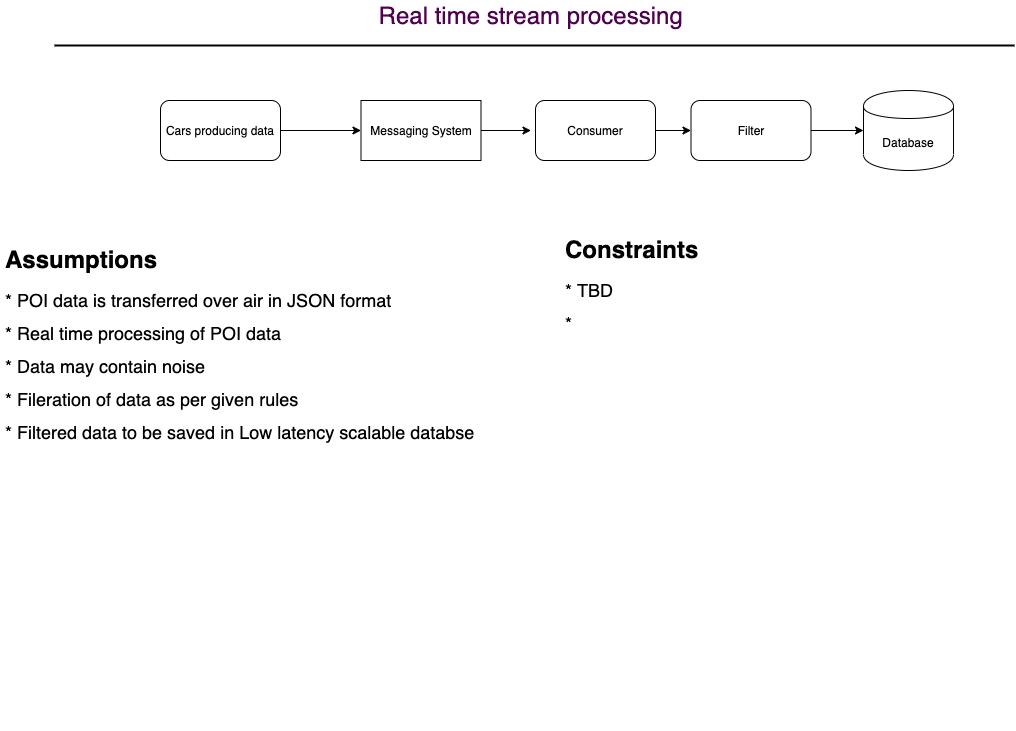
This is docs/real-time-data-processing.png from ashishdesaigit/realtime-poi-data-processing, a draw.io export, as it was before one commit. Source tidied: cells renumbered, new cells last; positions are measured from the earlier drawing's top-left corner, leaving out a move shared by most shapes.
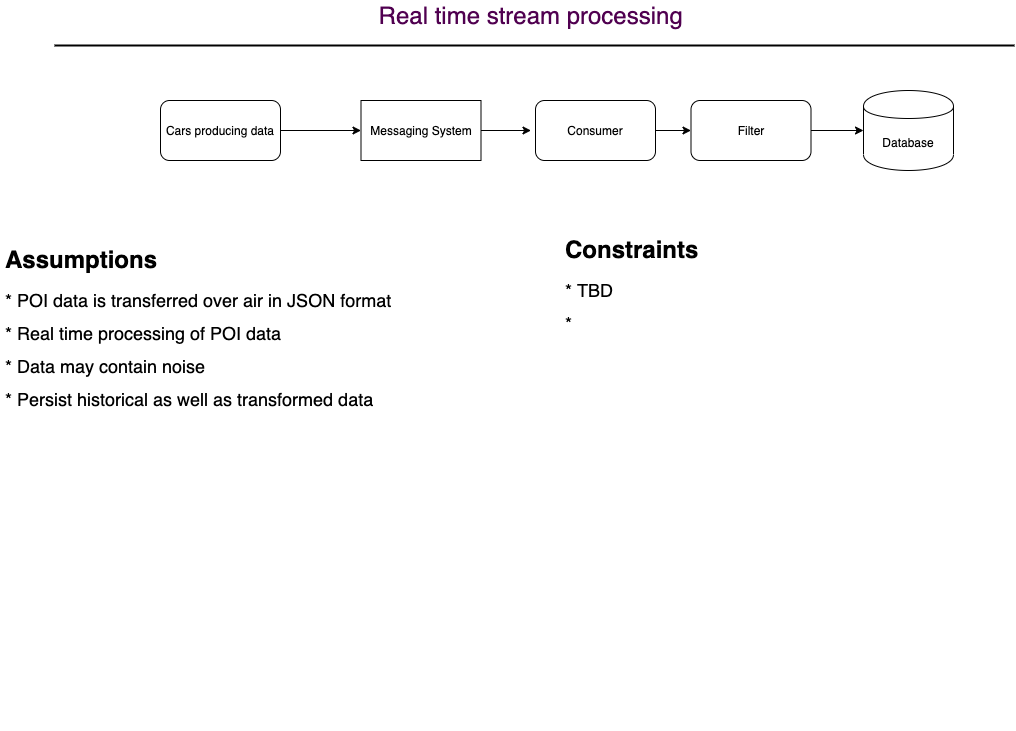
Later version of the same file.

Diff of the diagram source:
```diff
@@ -39,7 +39,7 @@
     <mxCell id="12" style="endArrow=classic;html=1;entryX=0;entryY=0.5;entryDx=0;entryDy=0;exitX=1;exitY=0.5;exitDx=0;exitDy=0;" parent="1" edge="1" source="8" target="9">
       <mxGeometry relative="1" as="geometry" />
     </mxCell>
-    <mxCell id="13" value="&lt;h1&gt;Assumptions&lt;/h1&gt;&lt;p&gt;&lt;span style=&quot;font-size: 18px&quot;&gt;* POI data is transferred over air in JSON format&lt;/span&gt;&lt;br&gt;&lt;/p&gt;&lt;p&gt;&lt;font style=&quot;font-size: 18px&quot;&gt;* Real time processing of POI data&lt;/font&gt;&lt;/p&gt;&lt;p&gt;&lt;font style=&quot;font-size: 18px&quot;&gt;* Data may contain noise&lt;/font&gt;&lt;/p&gt;&lt;p&gt;&lt;font style=&quot;font-size: 18px&quot;&gt;* Fileration of data as per given rules&lt;/font&gt;&lt;/p&gt;&lt;p&gt;&lt;font style=&quot;font-size: 18px&quot;&gt;* Filtered data to be saved in Low latency scalable databse&lt;/font&gt;&lt;/p&gt;" style="text;html=1;strokeColor=none;fillColor=none;spacing=5;spacingTop=-20;whiteSpace=wrap;overflow=hidden;rounded=0;" parent="1" vertex="1">
+    <mxCell id="13" value="&lt;h1&gt;Assumptions&lt;/h1&gt;&lt;p&gt;&lt;span style=&quot;font-size: 18px&quot;&gt;* POI data is transferred over air in JSON format&lt;/span&gt;&lt;br&gt;&lt;/p&gt;&lt;p&gt;&lt;font style=&quot;font-size: 18px&quot;&gt;* Real time processing of POI data&lt;/font&gt;&lt;/p&gt;&lt;p&gt;&lt;font style=&quot;font-size: 18px&quot;&gt;* Data may contain noise&lt;/font&gt;&lt;/p&gt;&lt;p&gt;&lt;font style=&quot;font-size: 18px&quot;&gt;* Persist historical as well as transformed data&lt;/font&gt;&lt;/p&gt;" style="text;html=1;strokeColor=none;fillColor=none;spacing=5;spacingTop=-20;whiteSpace=wrap;overflow=hidden;rounded=0;" parent="1" vertex="1">
       <mxGeometry y="240" width="480" height="490" as="geometry" />
     </mxCell>
     <mxCell id="14" value="&lt;h1&gt;Constraints&lt;/h1&gt;&lt;p&gt;&lt;font style=&quot;font-size: 18px&quot;&gt;* TBD&lt;/font&gt;&lt;/p&gt;&lt;p&gt;&lt;font style=&quot;font-size: 18px&quot;&gt;*&amp;nbsp;&lt;/font&gt;&lt;/p&gt;" style="text;html=1;strokeColor=none;fillColor=none;spacing=5;spacingTop=-20;whiteSpace=wrap;overflow=hidden;rounded=0;" parent="1" vertex="1">
```
